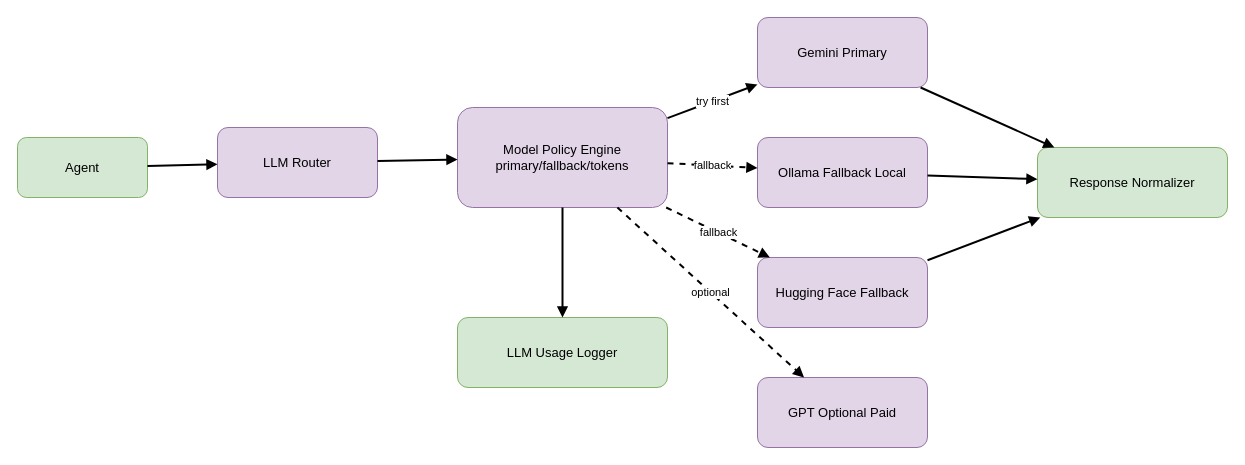
The draw.io diagram docs/diagrams/llm-router-fallback.drawio in vishwajitvm/AgentHive, before the edit. Source tidied: cells renumbered, new cells numbered last; positions are measured from the earlier drawing's top-left corner, leaving out a move shared by most shapes. Both pictures are drawn from the tidied source at 100%, with x=0, y=0 at pixel (17, 17).
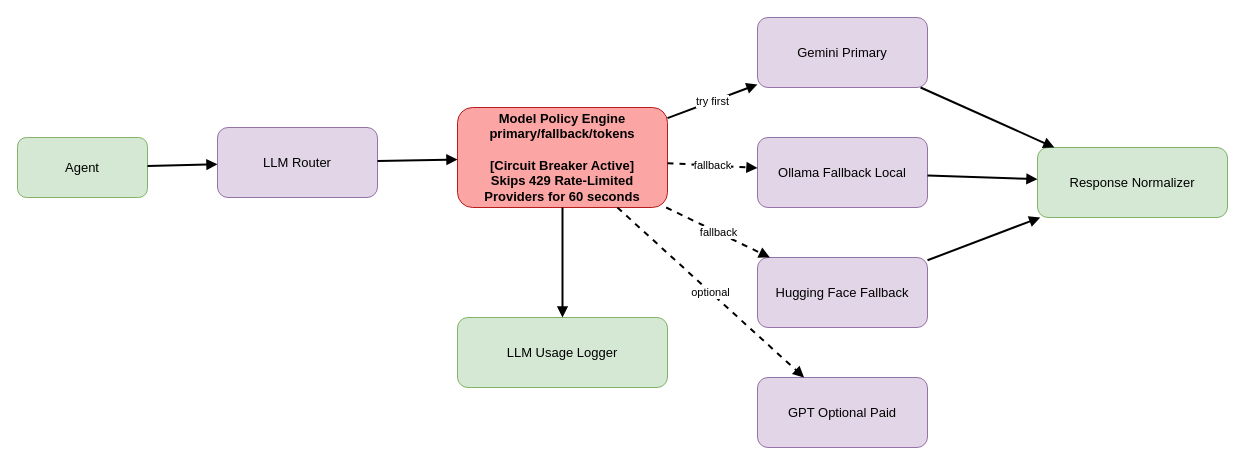
After the change.

The edit, as a diff of the source:
```diff
@@
-    <mxCell id="4" value="Model Policy Engine primary/fallback/tokens" style="rounded=1;whiteSpace=wrap;html=1;fillColor=#e1d5e7;strokeColor=#9673a6;fontSize=13;" parent="1" vertex="1">
+    <mxCell id="4" value="Model Policy Engine&#10;primary/fallback/tokens&#10;&#10;[Circuit Breaker Active]&#10;Skips 429 Rate-Limited&#10;Providers for 60 seconds" style="rounded=1;whiteSpace=wrap;html=1;fillColor=#FCA5A5;strokeColor=#B91C1C;fontSize=13;fontStyle=1;" parent="1" vertex="1">
       <mxGeometry x="440" y="90" width="210" height="100" as="geometry" />
     </mxCell>
```
